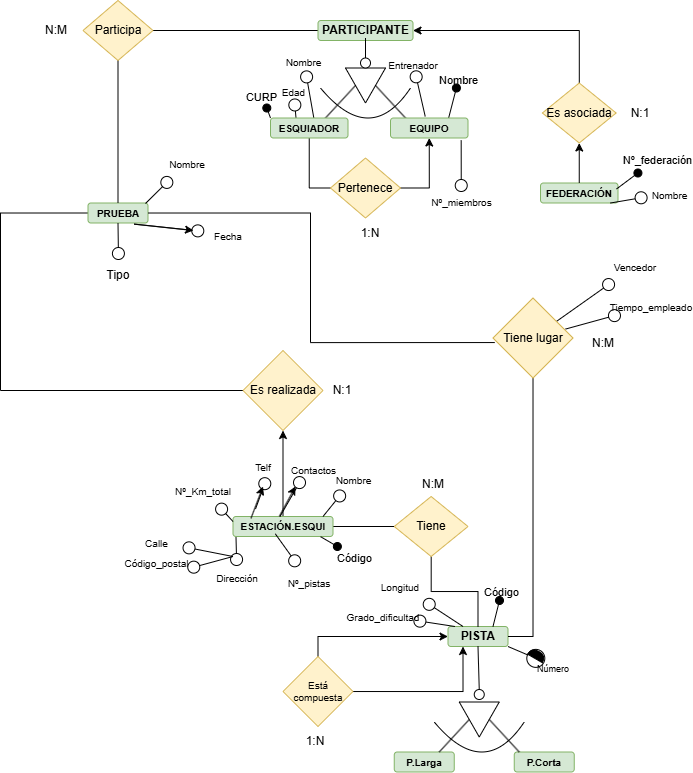
Samue45/1-DAM keeps this draw.io diagram as Data Base/OlimpiadasDeInvierno.drawio.png. Above is the earlier version. Source tidied: cells renumbered, new cells last; positions are measured from the earlier drawing's top-left corner, leaving out a move shared by most shapes.
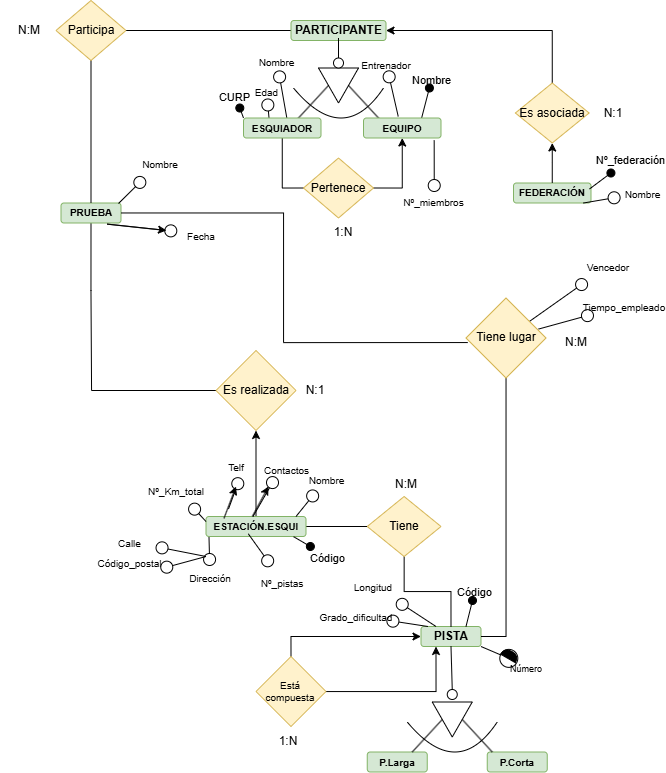
The same diagram one commit later.

The edit, as a diff of the source:
```diff
@@ -26,12 +26,11 @@
     <mxCell id="9" value="&lt;b&gt;P.Corta&lt;/b&gt;" style="rounded=1;whiteSpace=wrap;html=1;fillColor=#d5e8d4;strokeColor=#82b366;fontSize=10;" parent="1" vertex="1">
       <mxGeometry x="513.8" y="751.5" width="60" height="20" as="geometry" />
     </mxCell>
-    <mxCell id="10" style="edgeStyle=orthogonalEdgeStyle;rounded=0;jettySize=auto;html=1;entryX=0;entryY=0.5;entryDx=0;entryDy=0;endArrow=none;endFill=0;exitX=0;exitY=0.5;exitDx=0;exitDy=0;" parent="1" edge="1" source="11" target="95">
+    <mxCell id="10" style="edgeStyle=orthogonalEdgeStyle;rounded=0;jettySize=auto;html=1;entryX=0;entryY=0.5;entryDx=0;entryDy=0;endArrow=none;endFill=0;exitX=0.5;exitY=1;exitDx=0;exitDy=0;" parent="1" edge="1" source="11" target="95">
       <mxGeometry relative="1" as="geometry">
         <Array as="points">
-          <mxPoint y="212" />
-          <mxPoint y="390" />
-          <mxPoint x="243" y="390" />
+          <mxPoint x="118" y="290" />
+          <mxPoint x="118" y="390" />
         </Array>
       </mxGeometry>
     </mxCell>
@@ -382,13 +381,5 @@
     <mxCell id="105" value="&lt;font style=&quot;font-size: 10px;&quot;&gt;Nombre&lt;/font&gt;" style="text;html=1;align=center;verticalAlign=middle;whiteSpace=wrap;rounded=0;fontSize=16;" parent="1" vertex="1">
       <mxGeometry x="156.5" y="147" width="60" height="30" as="geometry" />
     </mxCell>
-    <mxCell id="106" style="endArrow=circle;html=1;rounded=0;fontSize=8;startSize=6;endSize=5;curved=1;endFill=0;exitX=0.5;exitY=1;exitDx=0;exitDy=0;" parent="1" edge="1" source="11">
-      <mxGeometry relative="1" as="geometry">
-        <mxPoint x="118" y="260" as="targetPoint" />
-      </mxGeometry>
-    </mxCell>
-    <mxCell id="107" value="Tipo" style="text;html=1;align=center;verticalAlign=middle;whiteSpace=wrap;rounded=0;" parent="1" vertex="1">
-      <mxGeometry x="87.5" y="260" width="60" height="30" as="geometry" />
-    </mxCell>
   </root>
 </mxGraphModel>
```
